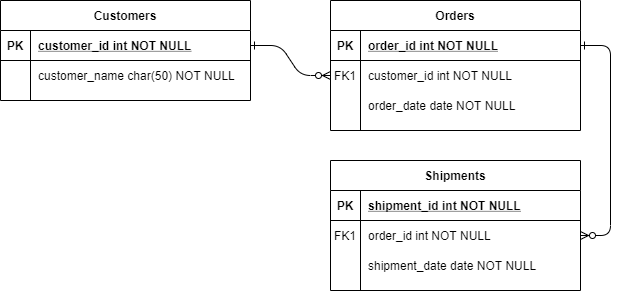
RestaSoft/ERM-RestaSoft keeps this draw.io diagram as RestaSoft Diagram.png. Above is the earlier version. Source tidied: cells renumbered, new cells last; positions are measured from the earlier drawing's top-left corner, leaving out a move shared by most shapes. Source of this version:
```xml
<mxGraphModel>
  <root>
    <mxCell id="0" />
    <mxCell id="1" parent="0" />
    <mxCell id="2" style="edgeStyle=entityRelationEdgeStyle;endArrow=ERzeroToMany;startArrow=ERone;endFill=1;startFill=0;" parent="1" edge="1" source="25" target="8">
      <mxGeometry relative="1" as="geometry" />
    </mxCell>
    <mxCell id="3" style="edgeStyle=entityRelationEdgeStyle;endArrow=ERzeroToMany;startArrow=ERone;endFill=1;startFill=0;" parent="1" edge="1" source="5" target="18">
      <mxGeometry relative="1" as="geometry" />
    </mxCell>
    <mxCell id="4" value="Orders" style="shape=table;startSize=30;rowLines=0;fontStyle=1;align=center;" parent="1" vertex="1">
      <mxGeometry x="330" width="250" height="130" as="geometry" />
    </mxCell>
    <mxCell id="5" style="shape=partialRectangle;fillColor=none;points=[[0,0.5],[1,0.5]];portConstraint=eastwest;top=0;left=0;right=0;bottom=1;" parent="4" vertex="1">
      <mxGeometry y="30" width="250" height="30" as="geometry" />
    </mxCell>
    <mxCell id="6" value="PK" style="shape=partialRectangle;overflow=hidden;fillColor=none;top=0;left=0;bottom=0;right=0;fontStyle=1;" parent="5" vertex="1">
      <mxGeometry width="30" height="30" as="geometry" />
    </mxCell>
    <mxCell id="7" value="order_id int NOT NULL " style="shape=partialRectangle;overflow=hidden;fillColor=none;top=0;left=0;bottom=0;right=0;align=left;spacingLeft=6;fontStyle=5;" parent="5" vertex="1">
      <mxGeometry x="30" width="220" height="30" as="geometry" />
    </mxCell>
    <mxCell id="8" style="shape=partialRectangle;fillColor=none;points=[[0,0.5],[1,0.5]];portConstraint=eastwest;top=0;left=0;right=0;bottom=0;" parent="4" vertex="1">
      <mxGeometry y="60" width="250" height="30" as="geometry" />
    </mxCell>
    <mxCell id="9" value="FK1" style="shape=partialRectangle;overflow=hidden;fillColor=none;top=0;left=0;bottom=0;right=0;" parent="8" vertex="1">
      <mxGeometry width="30" height="30" as="geometry" />
    </mxCell>
    <mxCell id="10" value="customer_id int NOT NULL" style="shape=partialRectangle;overflow=hidden;fillColor=none;top=0;left=0;bottom=0;right=0;align=left;spacingLeft=6;" parent="8" vertex="1">
      <mxGeometry x="30" width="220" height="30" as="geometry" />
    </mxCell>
    <mxCell id="11" style="shape=partialRectangle;fillColor=none;top=0;left=0;right=0;bottom=0;" parent="4" vertex="1">
      <mxGeometry y="90" width="250" height="30" as="geometry" />
    </mxCell>
    <mxCell id="12" style="shape=partialRectangle;overflow=hidden;fillColor=none;top=0;left=0;bottom=0;right=0;" parent="11" vertex="1">
      <mxGeometry width="30" height="30" as="geometry" />
    </mxCell>
    <mxCell id="13" value="order_date date NOT NULL" style="shape=partialRectangle;overflow=hidden;fillColor=none;top=0;left=0;bottom=0;right=0;align=left;spacingLeft=6;" parent="11" vertex="1">
      <mxGeometry x="30" width="220" height="30" as="geometry" />
    </mxCell>
    <mxCell id="14" value="Shipments" style="shape=table;startSize=30;rowLines=0;fontStyle=1;align=center;" parent="1" vertex="1">
      <mxGeometry x="330" y="160" width="250" height="130" as="geometry" />
    </mxCell>
    <mxCell id="15" style="shape=partialRectangle;fillColor=none;top=0;left=0;right=0;bottom=1;" parent="14" vertex="1">
      <mxGeometry y="30" width="250" height="30" as="geometry" />
    </mxCell>
    <mxCell id="16" value="PK" style="shape=partialRectangle;overflow=hidden;fillColor=none;top=0;left=0;bottom=0;right=0;fontStyle=1;" parent="15" vertex="1">
      <mxGeometry width="30" height="30" as="geometry" />
    </mxCell>
    <mxCell id="17" value="shipment_id int NOT NULL " style="shape=partialRectangle;overflow=hidden;fillColor=none;top=0;left=0;bottom=0;right=0;align=left;spacingLeft=6;fontStyle=5;" parent="15" vertex="1">
      <mxGeometry x="30" width="220" height="30" as="geometry" />
    </mxCell>
    <mxCell id="18" style="shape=partialRectangle;fillColor=none;points=[[0,0.5],[1,0.5]];portConstraint=eastwest;top=0;left=0;right=0;bottom=0;" parent="14" vertex="1">
      <mxGeometry y="60" width="250" height="30" as="geometry" />
    </mxCell>
    <mxCell id="19" value="FK1" style="shape=partialRectangle;overflow=hidden;fillColor=none;top=0;left=0;bottom=0;right=0;" parent="18" vertex="1">
      <mxGeometry width="30" height="30" as="geometry" />
    </mxCell>
    <mxCell id="20" value="order_id int NOT NULL" style="shape=partialRectangle;overflow=hidden;fillColor=none;top=0;left=0;bottom=0;right=0;align=left;spacingLeft=6;" parent="18" vertex="1">
      <mxGeometry x="30" width="220" height="30" as="geometry" />
    </mxCell>
    <mxCell id="21" style="shape=partialRectangle;fillColor=none;top=0;left=0;right=0;bottom=0;" parent="14" vertex="1">
      <mxGeometry y="90" width="250" height="30" as="geometry" />
    </mxCell>
    <mxCell id="22" style="shape=partialRectangle;overflow=hidden;fillColor=none;top=0;left=0;bottom=0;right=0;" parent="21" vertex="1">
      <mxGeometry width="30" height="30" as="geometry" />
    </mxCell>
    <mxCell id="23" value="shipment_date date NOT NULL" style="shape=partialRectangle;overflow=hidden;fillColor=none;top=0;left=0;bottom=0;right=0;align=left;spacingLeft=6;" parent="21" vertex="1">
      <mxGeometry x="30" width="220" height="30" as="geometry" />
    </mxCell>
    <mxCell id="24" value="Customers" style="shape=table;startSize=30;rowLines=0;fontStyle=1;align=center;" parent="1" vertex="1">
      <mxGeometry width="250" height="100" as="geometry" />
    </mxCell>
    <mxCell id="25" style="shape=partialRectangle;fillColor=none;points=[[0,0.5],[1,0.5]];portConstraint=eastwest;top=0;left=0;right=0;bottom=1;" parent="24" vertex="1">
      <mxGeometry y="30" width="250" height="30" as="geometry" />
    </mxCell>
    <mxCell id="26" value="PK" style="shape=partialRectangle;overflow=hidden;fillColor=none;top=0;left=0;bottom=0;right=0;fontStyle=1;" parent="25" vertex="1">
      <mxGeometry width="30" height="30" as="geometry" />
    </mxCell>
    <mxCell id="27" value="customer_id int NOT NULL " style="shape=partialRectangle;overflow=hidden;fillColor=none;top=0;left=0;bottom=0;right=0;align=left;spacingLeft=6;fontStyle=5;" parent="25" vertex="1">
      <mxGeometry x="30" width="220" height="30" as="geometry" />
    </mxCell>
    <mxCell id="28" style="shape=partialRectangle;fillColor=none;top=0;left=0;right=0;bottom=0;" parent="24" vertex="1">
      <mxGeometry y="60" width="250" height="30" as="geometry" />
    </mxCell>
    <mxCell id="29" style="shape=partialRectangle;overflow=hidden;fillColor=none;top=0;left=0;bottom=0;right=0;" parent="28" vertex="1">
      <mxGeometry width="30" height="30" as="geometry" />
    </mxCell>
    <mxCell id="30" value="customer_name char(50) NOT NULL" style="shape=partialRectangle;overflow=hidden;fillColor=none;top=0;left=0;bottom=0;right=0;align=left;spacingLeft=6;" parent="28" vertex="1">
      <mxGeometry x="30" width="220" height="30" as="geometry" />
    </mxCell>
  </root>
</mxGraphModel>
```
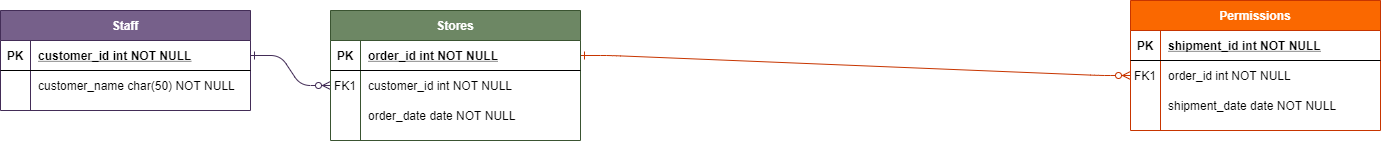
After the change.

Commit message:
Mario tables creation

Change to the diagram source:
```diff
@@ -2,13 +2,13 @@
   <root>
     <mxCell id="0" />
     <mxCell id="1" parent="0" />
-    <mxCell id="2" style="edgeStyle=entityRelationEdgeStyle;endArrow=ERzeroToMany;startArrow=ERone;endFill=1;startFill=0;" parent="1" edge="1" source="25" target="8">
+    <mxCell id="2" style="edgeStyle=entityRelationEdgeStyle;endArrow=ERzeroToMany;startArrow=ERone;endFill=1;startFill=0;fillColor=#76608a;strokeColor=#432D57;" parent="1" edge="1" source="25" target="8">
       <mxGeometry relative="1" as="geometry" />
     </mxCell>
-    <mxCell id="3" style="edgeStyle=entityRelationEdgeStyle;endArrow=ERzeroToMany;startArrow=ERone;endFill=1;startFill=0;" parent="1" edge="1" source="5" target="18">
+    <mxCell id="3" style="edgeStyle=entityRelationEdgeStyle;endArrow=ERzeroToMany;startArrow=ERone;endFill=1;startFill=0;fillColor=#fa6800;strokeColor=#C73500;" parent="1" edge="1" source="5" target="18">
       <mxGeometry relative="1" as="geometry" />
     </mxCell>
-    <mxCell id="4" value="Orders" style="shape=table;startSize=30;rowLines=0;fontStyle=1;align=center;" parent="1" vertex="1">
+    <mxCell id="4" value="Stores" style="shape=table;startSize=30;rowLines=0;fontStyle=1;align=center;fillColor=#6d8764;strokeColor=#3A5431;fontColor=#ffffff;" parent="1" vertex="1">
       <mxGeometry x="330" width="250" height="130" as="geometry" />
     </mxCell>
     <mxCell id="5" style="shape=partialRectangle;fillColor=none;points=[[0,0.5],[1,0.5]];portConstraint=eastwest;top=0;left=0;right=0;bottom=1;" parent="4" vertex="1">
@@ -38,8 +38,8 @@
     <mxCell id="13" value="order_date date NOT NULL" style="shape=partialRectangle;overflow=hidden;fillColor=none;top=0;left=0;bottom=0;right=0;align=left;spacingLeft=6;" parent="11" vertex="1">
       <mxGeometry x="30" width="220" height="30" as="geometry" />
     </mxCell>
-    <mxCell id="14" value="Shipments" style="shape=table;startSize=30;rowLines=0;fontStyle=1;align=center;" parent="1" vertex="1">
-      <mxGeometry x="330" y="160" width="250" height="130" as="geometry" />
+    <mxCell id="14" value="Permissions" style="shape=table;startSize=30;rowLines=0;fontStyle=1;align=center;fillColor=#fa6800;strokeColor=#C73500;fontColor=#ffffff;" parent="1" vertex="1">
+      <mxGeometry x="1130" y="-10" width="250" height="130" as="geometry" />
     </mxCell>
     <mxCell id="15" style="shape=partialRectangle;fillColor=none;top=0;left=0;right=0;bottom=1;" parent="14" vertex="1">
       <mxGeometry y="30" width="250" height="30" as="geometry" />
@@ -68,7 +68,7 @@
     <mxCell id="23" value="shipment_date date NOT NULL" style="shape=partialRectangle;overflow=hidden;fillColor=none;top=0;left=0;bottom=0;right=0;align=left;spacingLeft=6;" parent="21" vertex="1">
       <mxGeometry x="30" width="220" height="30" as="geometry" />
     </mxCell>
-    <mxCell id="24" value="Customers" style="shape=table;startSize=30;rowLines=0;fontStyle=1;align=center;" parent="1" vertex="1">
+    <mxCell id="24" value="Staff" style="shape=table;startSize=30;rowLines=0;fontStyle=1;align=center;fillColor=#76608a;strokeColor=#432D57;fontColor=#ffffff;" parent="1" vertex="1">
       <mxGeometry width="250" height="100" as="geometry" />
     </mxCell>
     <mxCell id="25" style="shape=partialRectangle;fillColor=none;points=[[0,0.5],[1,0.5]];portConstraint=eastwest;top=0;left=0;right=0;bottom=1;" parent="24" vertex="1">
```
